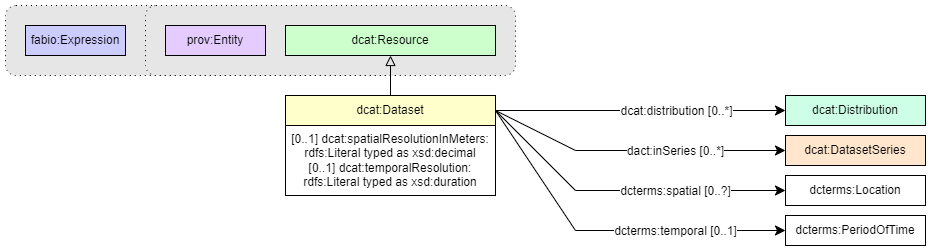
Earlier version of the draw.io export CEH-DCAT-AP/CEH-DCAT-AP_diagrams/dcat-dataset.png (NERC-CEH/digital-objects-ontology). Source tidied: cells renumbered, new cells last; positions are measured from the earlier drawing's top-left corner, leaving out a move shared by most shapes.
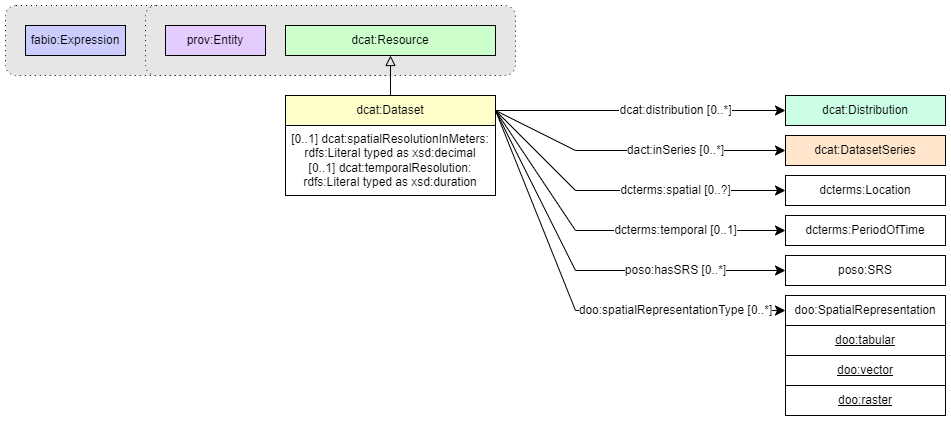
Above is the later version.

Change to the diagram source:
```diff
@@ -35,10 +35,10 @@
       </mxGeometry>
     </mxCell>
     <mxCell id="8" value="dcat:Distribution" style="rounded=0;whiteSpace=wrap;html=1;snapToPoint=1;points=[[0.1,0],[0.2,0],[0.3,0],[0.4,0],[0.5,0],[0.6,0],[0.7,0],[0.8,0],[0.9,0],[0,0.1],[0,0.3],[0,0.5],[0,0.7],[0,0.9],[0.1,1],[0.2,1],[0.3,1],[0.4,1],[0.5,1],[0.6,1],[0.7,1],[0.8,1],[0.9,1],[1,0.1],[1,0.3],[1,0.5],[1,0.7],[1,0.9]];fillColor=#CCFFE6;" parent="1" vertex="1">
-      <mxGeometry x="780" y="90" width="140" height="30" as="geometry" />
+      <mxGeometry x="780" y="90" width="160" height="30" as="geometry" />
     </mxCell>
     <mxCell id="9" value="dcat:DatasetSeries" style="rounded=0;whiteSpace=wrap;html=1;snapToPoint=1;points=[[0.1,0],[0.2,0],[0.3,0],[0.4,0],[0.5,0],[0.6,0],[0.7,0],[0.8,0],[0.9,0],[0,0.1],[0,0.3],[0,0.5],[0,0.7],[0,0.9],[0.1,1],[0.2,1],[0.3,1],[0.4,1],[0.5,1],[0.6,1],[0.7,1],[0.8,1],[0.9,1],[1,0.1],[1,0.3],[1,0.5],[1,0.7],[1,0.9]];fillColor=#FFE6CC;" parent="1" vertex="1">
-      <mxGeometry x="780" y="130" width="140" height="30" as="geometry" />
+      <mxGeometry x="780" y="130" width="160" height="30" as="geometry" />
     </mxCell>
     <mxCell id="10" style="endArrow=classic;html=1;exitX=1;exitY=0.5;exitDx=0;exitDy=0;entryX=0;entryY=0.5;entryDx=0;entryDy=0;endSize=8;arcSize=0;rounded=0;" parent="1" edge="1" source="15" target="12">
       <mxGeometry relative="1" as="geometry">
@@ -53,7 +53,7 @@
       </mxGeometry>
     </mxCell>
     <mxCell id="12" value="dcterms:PeriodOfTime" style="rounded=0;whiteSpace=wrap;html=1;snapToPoint=1;points=[[0.1,0],[0.2,0],[0.3,0],[0.4,0],[0.5,0],[0.6,0],[0.7,0],[0.8,0],[0.9,0],[0,0.1],[0,0.3],[0,0.5],[0,0.7],[0,0.9],[0.1,1],[0.2,1],[0.3,1],[0.4,1],[0.5,1],[0.6,1],[0.7,1],[0.8,1],[0.9,1],[1,0.1],[1,0.3],[1,0.5],[1,0.7],[1,0.9]];" parent="1" vertex="1">
-      <mxGeometry x="780" y="210" width="140" height="30" as="geometry" />
+      <mxGeometry x="780" y="210" width="160" height="30" as="geometry" />
     </mxCell>
     <mxCell id="13" style="group;" parent="1" vertex="1">
       <mxGeometry x="280" y="90" width="210" height="100" as="geometry" />
@@ -65,7 +65,7 @@
       <mxGeometry width="210" height="30" as="geometry" />
     </mxCell>
     <mxCell id="16" value="dcterms:Location" style="rounded=0;whiteSpace=wrap;html=1;snapToPoint=1;points=[[0.1,0],[0.2,0],[0.3,0],[0.4,0],[0.5,0],[0.6,0],[0.7,0],[0.8,0],[0.9,0],[0,0.1],[0,0.3],[0,0.5],[0,0.7],[0,0.9],[0.1,1],[0.2,1],[0.3,1],[0.4,1],[0.5,1],[0.6,1],[0.7,1],[0.8,1],[0.9,1],[1,0.1],[1,0.3],[1,0.5],[1,0.7],[1,0.9]];" parent="1" vertex="1">
-      <mxGeometry x="780" y="170" width="140" height="30" as="geometry" />
+      <mxGeometry x="780" y="170" width="160" height="30" as="geometry" />
     </mxCell>
     <mxCell id="17" style="rounded=1;whiteSpace=wrap;html=1;fillColor=#E6E6E6;dashed=1;dashPattern=1 4;" parent="1" vertex="1">
       <mxGeometry width="400" height="70" as="geometry" />
@@ -85,5 +85,45 @@
     <mxCell id="22" style="endArrow=block;html=1;fontColor=#000099;exitX=0.5;exitY=0;exitDx=0;exitDy=0;endFill=0;entryX=0.5;entryY=1;entryDx=0;entryDy=0;endSize=8;arcSize=0;rounded=0;" parent="1" edge="1" source="15" target="21">
       <mxGeometry relative="1" as="geometry" />
     </mxCell>
+    <mxCell id="23" style="endArrow=classic;html=1;exitX=1;exitY=0.5;exitDx=0;exitDy=0;entryX=0;entryY=0.5;entryDx=0;entryDy=0;endSize=8;arcSize=0;rounded=0;" parent="1" edge="1" source="15" target="25">
+      <mxGeometry relative="1" as="geometry">
+        <Array as="points">
+          <mxPoint x="570" y="265" />
+        </Array>
+      </mxGeometry>
+    </mxCell>
+    <mxCell id="24" value="&lt;div&gt;poso:hasSRS [0..*]&lt;/div&gt;" style="text;html=1;align=center;verticalAlign=middle;labelBackgroundColor=#ffffff;" parent="23" vertex="1">
+      <mxGeometry x="-0.13" relative="1" as="geometry">
+        <mxPoint x="104" y="8" as="offset" />
+      </mxGeometry>
+    </mxCell>
+    <mxCell id="25" value="poso:SRS" style="rounded=0;whiteSpace=wrap;html=1;snapToPoint=1;points=[[0.1,0],[0.2,0],[0.3,0],[0.4,0],[0.5,0],[0.6,0],[0.7,0],[0.8,0],[0.9,0],[0,0.1],[0,0.3],[0,0.5],[0,0.7],[0,0.9],[0.1,1],[0.2,1],[0.3,1],[0.4,1],[0.5,1],[0.6,1],[0.7,1],[0.8,1],[0.9,1],[1,0.1],[1,0.3],[1,0.5],[1,0.7],[1,0.9]];" parent="1" vertex="1">
+      <mxGeometry x="780" y="250" width="160" height="30" as="geometry" />
+    </mxCell>
+    <mxCell id="26" style="endArrow=classic;html=1;exitX=1;exitY=0.5;exitDx=0;exitDy=0;entryX=0;entryY=0.5;entryDx=0;entryDy=0;endSize=8;arcSize=0;rounded=0;" parent="1" edge="1" target="28">
+      <mxGeometry relative="1" as="geometry">
+        <mxPoint x="490" y="105" as="sourcePoint" />
+        <Array as="points">
+          <mxPoint x="570" y="305" />
+        </Array>
+      </mxGeometry>
+    </mxCell>
+    <mxCell id="27" value="&lt;div&gt;doo:spatialRepresentationType [0..*]&lt;/div&gt;" style="text;html=1;align=center;verticalAlign=middle;labelBackgroundColor=#ffffff;" parent="26" vertex="1">
+      <mxGeometry x="-0.13" relative="1" as="geometry">
+        <mxPoint x="111" y="27" as="offset" />
+      </mxGeometry>
+    </mxCell>
+    <mxCell id="28" value="doo:SpatialRepresentation" style="rounded=0;whiteSpace=wrap;html=1;snapToPoint=1;points=[[0.1,0],[0.2,0],[0.3,0],[0.4,0],[0.5,0],[0.6,0],[0.7,0],[0.8,0],[0.9,0],[0,0.1],[0,0.3],[0,0.5],[0,0.7],[0,0.9],[0.1,1],[0.2,1],[0.3,1],[0.4,1],[0.5,1],[0.6,1],[0.7,1],[0.8,1],[0.9,1],[1,0.1],[1,0.3],[1,0.5],[1,0.7],[1,0.9]];" parent="1" vertex="1">
+      <mxGeometry x="780" y="290" width="160" height="30" as="geometry" />
+    </mxCell>
+    <mxCell id="29" value="&lt;u&gt;doo:tabular&lt;/u&gt;" style="rounded=0;whiteSpace=wrap;html=1;" parent="1" vertex="1">
+      <mxGeometry x="780" y="320" width="160" height="30" as="geometry" />
+    </mxCell>
+    <mxCell id="30" value="&lt;div&gt;&lt;u&gt;doo:raster&lt;/u&gt;&lt;/div&gt;" style="rounded=0;whiteSpace=wrap;html=1;" parent="1" vertex="1">
+      <mxGeometry x="780" y="380" width="160" height="30" as="geometry" />
+    </mxCell>
+    <mxCell id="31" value="&lt;div&gt;&lt;u&gt;doo:vector&lt;/u&gt;&lt;/div&gt;" style="rounded=0;whiteSpace=wrap;html=1;" parent="1" vertex="1">
+      <mxGeometry x="780" y="350" width="160" height="30" as="geometry" />
+    </mxCell>
   </root>
 </mxGraphModel>
```
